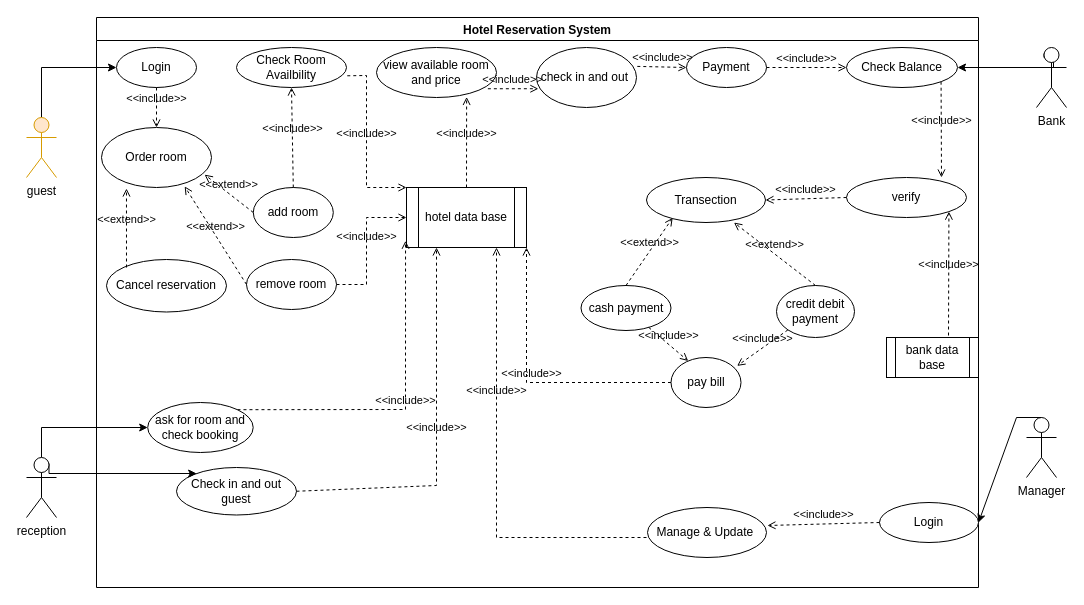
Earlier version of the draw.io diagram use case Vol3.drawio (AhmedTarek-95/System-Desine). Source tidied: cells renumbered, new cells numbered last; positions are measured from the earlier drawing's top-left corner, leaving out a move shared by most shapes. Both pictures are drawn from the tidied source at 100%, with x=0, y=0 at pixel (26, 17).
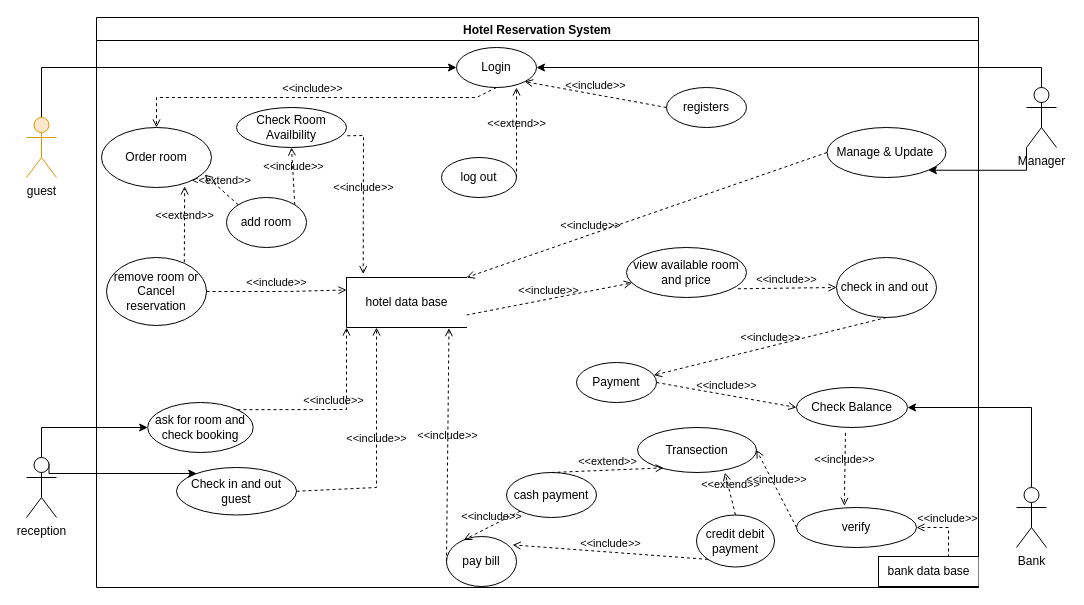
The same diagram, later.

Unchanged cells that the change refers to:
```xml
<mxCell id="4" value="Hotel Reservation System" style="swimlane;" parent="1" vertex="1">
  <mxGeometry x="70" width="882" height="570" as="geometry" />
</mxCell>
<mxCell id="7" value="Order room" style="ellipse;whiteSpace=wrap;html=1;" parent="4" vertex="1">
  <mxGeometry x="5" y="110" width="110" height="60" as="geometry" />
</mxCell>
<mxCell id="12" value="ask for room and check booking" style="ellipse;whiteSpace=wrap;html=1;" parent="4" vertex="1">
  <mxGeometry x="51.2" y="385" width="105.5" height="50" as="geometry" />
</mxCell>
<mxCell id="13" value="Check in and out guest" style="ellipse;whiteSpace=wrap;html=1;" parent="4" vertex="1">
  <mxGeometry x="80" y="450" width="120" height="47.5" as="geometry" />
</mxCell>
```

What changed in the source:
```diff
@@
     <mxCell id="5" value="Login" style="ellipse;whiteSpace=wrap;html=1;" parent="4" vertex="1">
-      <mxGeometry x="20" y="30" width="80" height="40" as="geometry" />
+      <mxGeometry x="360" y="30" width="80" height="40" as="geometry" />
     </mxCell>
     <mxCell id="6" value="Check Room Availbility" style="ellipse;whiteSpace=wrap;html=1;" parent="4" vertex="1">
-      <mxGeometry x="140" y="30" width="110" height="40" as="geometry" />
+      <mxGeometry x="140" y="90" width="110" height="40" as="geometry" />
     </mxCell>
@@
-    <mxCell id="8" value="Cancel reservation" style="ellipse;whiteSpace=wrap;html=1;" parent="4" vertex="1">
-      <mxGeometry x="10" y="242" width="120" height="52.5" as="geometry" />
-    </mxCell>
     <mxCell id="9" value="Payment" style="ellipse;whiteSpace=wrap;html=1;" parent="4" vertex="1">
-      <mxGeometry x="590" y="30" width="80" height="40" as="geometry" />
+      <mxGeometry x="480" y="345" width="80" height="40" as="geometry" />
     </mxCell>
-    <mxCell id="10" value="Login" style="ellipse;whiteSpace=wrap;html=1;" parent="4" vertex="1">
-      <mxGeometry x="783" y="485" width="99" height="40" as="geometry" />
-    </mxCell>
     <mxCell id="11" value="Manage &amp;amp; Update&amp;nbsp;" style="ellipse;whiteSpace=wrap;html=1;" parent="4" vertex="1">
-      <mxGeometry x="551" y="490" width="119" height="50" as="geometry" />
+      <mxGeometry x="730.5" y="110" width="119" height="50" as="geometry" />
     </mxCell>
@@
     <mxCell id="14" value="Check Balance" style="ellipse;whiteSpace=wrap;html=1;" parent="4" vertex="1">
-      <mxGeometry x="750" y="30" width="111" height="40" as="geometry" />
+      <mxGeometry x="700" y="370" width="111" height="40" as="geometry" />
     </mxCell>
     <mxCell id="15" value="Transection" style="ellipse;whiteSpace=wrap;html=1;" parent="4" vertex="1">
-      <mxGeometry x="550" y="160" width="119" height="45" as="geometry" />
+      <mxGeometry x="541" y="410" width="119" height="45" as="geometry" />
     </mxCell>
@@
     <mxCell id="17" value="view available room and price" style="ellipse;whiteSpace=wrap;html=1;" parent="4" vertex="1">
-      <mxGeometry x="280" y="30" width="120" height="50" as="geometry" />
+      <mxGeometry x="530" y="230" width="120" height="50" as="geometry" />
     </mxCell>
-    <mxCell id="18" value="&amp;lt;&amp;lt;extend&amp;gt;&amp;gt;" style="html=1;verticalAlign=bottom;labelBackgroundColor=none;endArrow=open;endFill=0;dashed=1;rounded=0;entryX=0.227;entryY=1.017;entryDx=0;entryDy=0;entryPerimeter=0;" parent="4" edge="1" target="7">
-      <mxGeometry relative="1" as="geometry">
-        <mxPoint x="30" y="250" as="sourcePoint" />
-      </mxGeometry>
-    </mxCell>
     <mxCell id="19" value="cash payment" style="ellipse;whiteSpace=wrap;html=1;" parent="4" vertex="1">
-      <mxGeometry x="484.5" y="268" width="90" height="45" as="geometry" />
+      <mxGeometry x="410" y="455" width="90" height="45" as="geometry" />
     </mxCell>
     <mxCell id="20" value="credit&amp;nbsp;debit payment" style="ellipse;whiteSpace=wrap;html=1;" parent="4" vertex="1">
-      <mxGeometry x="680" y="268" width="78" height="52" as="geometry" />
+      <mxGeometry x="600" y="497.5" width="78" height="52" as="geometry" />
     </mxCell>
-    <mxCell id="21" value="bank data base" style="shape=process;whiteSpace=wrap;html=1;backgroundOutline=1;" parent="4" vertex="1">
-      <mxGeometry x="790" y="320" width="92" height="40" as="geometry" />
-    </mxCell>
-    <mxCell id="22" value="&amp;lt;&amp;lt;include&amp;gt;&amp;gt;" style="html=1;verticalAlign=bottom;labelBackgroundColor=none;endArrow=open;endFill=0;dashed=1;rounded=0;entryX=1;entryY=1;entryDx=0;entryDy=0;exitX=0.674;exitY=-0.05;exitDx=0;exitDy=0;exitPerimeter=0;" parent="4" edge="1" source="21" target="25">
-      <mxGeometry relative="1" as="geometry" />
+    <mxCell id="22" value="&amp;lt;&amp;lt;include&amp;gt;&amp;gt;" style="html=1;verticalAlign=bottom;labelBackgroundColor=none;endArrow=open;endFill=0;dashed=1;rounded=0;entryX=1;entryY=0.5;entryDx=0;entryDy=0;exitX=0.7;exitY=0.033;exitDx=0;exitDy=0;exitPerimeter=0;" parent="4" edge="1" source="21" target="25">
+      <mxGeometry relative="1" as="geometry">
+        <Array as="points">
+          <mxPoint x="852" y="510" />
+        </Array>
+      </mxGeometry>
     </mxCell>
@@
     <mxCell id="25" value="verify" style="ellipse;whiteSpace=wrap;html=1;" parent="4" vertex="1">
-      <mxGeometry x="750" y="160" width="120" height="40" as="geometry" />
+      <mxGeometry x="700" y="490" width="120" height="40" as="geometry" />
     </mxCell>
-    <mxCell id="26" value="&amp;lt;&amp;lt;include&amp;gt;&amp;gt;" style="html=1;verticalAlign=bottom;labelBackgroundColor=none;endArrow=open;endFill=0;dashed=1;rounded=0;exitX=1;exitY=1;exitDx=0;exitDy=0;" parent="4" edge="1" source="14">
-      <mxGeometry relative="1" as="geometry">
-        <mxPoint x="845" y="160" as="targetPoint" />
-      </mxGeometry>
-    </mxCell>
     <mxCell id="27" value="check in and out&amp;nbsp;" style="ellipse;whiteSpace=wrap;html=1;" parent="4" vertex="1">
-      <mxGeometry x="440" y="30" width="100" height="60" as="geometry" />
+      <mxGeometry x="740" y="240" width="100" height="60" as="geometry" />
     </mxCell>
-    <mxCell id="28" value="&amp;lt;&amp;lt;include&amp;gt;&amp;gt;" style="html=1;verticalAlign=bottom;labelBackgroundColor=none;endArrow=open;endFill=0;dashed=1;rounded=0;exitX=0.5;exitY=1;exitDx=0;exitDy=0;entryX=0.5;entryY=0;entryDx=0;entryDy=0;" parent="4" edge="1" source="5" target="7">
-      <mxGeometry relative="1" as="geometry" />
+    <mxCell id="28" value="&amp;lt;&amp;lt;include&amp;gt;&amp;gt;" style="html=1;verticalAlign=bottom;labelBackgroundColor=none;endArrow=open;endFill=0;dashed=1;rounded=0;entryX=0.5;entryY=0;entryDx=0;entryDy=0;endSize=6;jumpSize=6;strokeWidth=1;exitX=0.5;exitY=1;exitDx=0;exitDy=0;" parent="4" edge="1" source="5" target="7">
+      <mxGeometry relative="1" as="geometry">
+        <Array as="points">
+          <mxPoint x="380" y="80" />
+          <mxPoint x="60" y="80" />
+        </Array>
+      </mxGeometry>
     </mxCell>
-    <mxCell id="29" value="&amp;lt;&amp;lt;include&amp;gt;&amp;gt;" style="html=1;verticalAlign=bottom;labelBackgroundColor=none;endArrow=open;endFill=0;dashed=1;rounded=0;exitX=0.928;exitY=0.825;exitDx=0;exitDy=0;entryX=0.019;entryY=0.687;entryDx=0;entryDy=0;exitPerimeter=0;entryPerimeter=0;" parent="4" edge="1" source="17" target="27">
+    <mxCell id="29" value="&amp;lt;&amp;lt;include&amp;gt;&amp;gt;" style="html=1;verticalAlign=bottom;labelBackgroundColor=none;endArrow=open;endFill=0;dashed=1;rounded=0;exitX=0.928;exitY=0.825;exitDx=0;exitDy=0;exitPerimeter=0;entryX=0;entryY=0.5;entryDx=0;entryDy=0;" parent="4" edge="1" source="17" target="27">
       <mxGeometry relative="1" as="geometry" />
     </mxCell>
-    <mxCell id="30" value="hotel data base" style="shape=process;whiteSpace=wrap;html=1;backgroundOutline=1;" parent="4" vertex="1">
-      <mxGeometry x="310" y="170" width="120" height="60" as="geometry" />
-    </mxCell>
-    <mxCell id="31" value="&amp;lt;&amp;lt;include&amp;gt;&amp;gt;" style="html=1;verticalAlign=bottom;labelBackgroundColor=none;endArrow=open;endFill=0;dashed=1;rounded=0;exitX=1.007;exitY=0.707;exitDx=0;exitDy=0;exitPerimeter=0;entryX=0;entryY=0;entryDx=0;entryDy=0;" parent="4" edge="1" source="6" target="30">
+    <mxCell id="31" value="&amp;lt;&amp;lt;include&amp;gt;&amp;gt;" style="html=1;verticalAlign=bottom;labelBackgroundColor=none;endArrow=open;endFill=0;dashed=1;rounded=0;exitX=1.007;exitY=0.707;exitDx=0;exitDy=0;exitPerimeter=0;entryX=0.139;entryY=-0.069;entryDx=0;entryDy=0;entryPerimeter=0;" parent="4" edge="1" source="6" target="30">
       <mxGeometry relative="1" as="geometry">
         <Array as="points">
-          <mxPoint x="270" y="58" />
-          <mxPoint x="270" y="170" />
+          <mxPoint x="267" y="118" />
         </Array>
       </mxGeometry>
     </mxCell>
-    <mxCell id="32" value="&amp;lt;&amp;lt;include&amp;gt;&amp;gt;" style="html=1;verticalAlign=bottom;labelBackgroundColor=none;endArrow=open;endFill=0;dashed=1;rounded=0;entryX=0.751;entryY=0.989;entryDx=0;entryDy=0;entryPerimeter=0;exitX=0.5;exitY=0;exitDx=0;exitDy=0;" parent="4" edge="1" source="30" target="17">
+    <mxCell id="32" value="&amp;lt;&amp;lt;include&amp;gt;&amp;gt;" style="html=1;verticalAlign=bottom;labelBackgroundColor=none;endArrow=open;endFill=0;dashed=1;rounded=0;exitX=1;exitY=0.75;exitDx=0;exitDy=0;" parent="4" edge="1" source="30" target="17">
       <mxGeometry relative="1" as="geometry" />
     </mxCell>
-    <mxCell id="33" value="&amp;lt;&amp;lt;include&amp;gt;&amp;gt;" style="html=1;verticalAlign=bottom;labelBackgroundColor=none;endArrow=open;endFill=0;dashed=1;rounded=0;exitX=1;exitY=0;exitDx=0;exitDy=0;entryX=-0.008;entryY=0.888;entryDx=0;entryDy=0;entryPerimeter=0;" parent="4" edge="1" source="12" target="30">
+    <mxCell id="33" value="&amp;lt;&amp;lt;include&amp;gt;&amp;gt;" style="html=1;verticalAlign=bottom;labelBackgroundColor=none;endArrow=open;endFill=0;dashed=1;rounded=0;exitX=1;exitY=0;exitDx=0;exitDy=0;entryX=0;entryY=1;entryDx=0;entryDy=0;" parent="4" edge="1" source="12" target="30">
       <mxGeometry relative="1" as="geometry">
         <Array as="points">
-          <mxPoint x="309" y="392" />
+          <mxPoint x="250" y="392" />
         </Array>
       </mxGeometry>
     </mxCell>
@@
-    <mxCell id="35" value="&amp;lt;&amp;lt;include&amp;gt;&amp;gt;" style="html=1;verticalAlign=bottom;labelBackgroundColor=none;endArrow=open;endFill=0;dashed=1;rounded=0;exitX=1.008;exitY=0.315;exitDx=0;exitDy=0;entryX=0;entryY=0.5;entryDx=0;entryDy=0;exitPerimeter=0;" parent="4" edge="1" source="27" target="9">
+    <mxCell id="35" value="&amp;lt;&amp;lt;include&amp;gt;&amp;gt;" style="html=1;verticalAlign=bottom;labelBackgroundColor=none;endArrow=open;endFill=0;dashed=1;rounded=0;exitX=0.5;exitY=1;exitDx=0;exitDy=0;entryX=0.965;entryY=0.318;entryDx=0;entryDy=0;entryPerimeter=0;" parent="4" edge="1" source="27" target="9">
       <mxGeometry relative="1" as="geometry" />
     </mxCell>
     <mxCell id="36" value="pay bill" style="ellipse;whiteSpace=wrap;html=1;" parent="4" vertex="1">
-      <mxGeometry x="574.5" y="340" width="70" height="50" as="geometry" />
+      <mxGeometry x="350" y="519" width="70" height="50" as="geometry" />
     </mxCell>
@@
-    <mxCell id="39" value="&amp;lt;&amp;lt;include&amp;gt;&amp;gt;" style="html=1;verticalAlign=bottom;labelBackgroundColor=none;endArrow=open;endFill=0;dashed=1;rounded=0;exitX=0;exitY=0.5;exitDx=0;exitDy=0;entryX=1.008;entryY=0.36;entryDx=0;entryDy=0;entryPerimeter=0;" parent="4" edge="1" source="10" target="11">
-      <mxGeometry relative="1" as="geometry" />
-    </mxCell>
     <mxCell id="40" value="&amp;lt;&amp;lt;include&amp;gt;&amp;gt;" style="html=1;verticalAlign=bottom;labelBackgroundColor=none;endArrow=open;endFill=0;dashed=1;rounded=0;exitX=1;exitY=0.5;exitDx=0;exitDy=0;entryX=0.25;entryY=1;entryDx=0;entryDy=0;" parent="4" edge="1" source="13" target="30">
       <mxGeometry relative="1" as="geometry">
         <Array as="points">
-          <mxPoint x="340" y="468" />
+          <mxPoint x="280" y="470" />
         </Array>
       </mxGeometry>
     </mxCell>
-    <mxCell id="41" value="&amp;lt;&amp;lt;include&amp;gt;&amp;gt;" style="html=1;verticalAlign=bottom;labelBackgroundColor=none;endArrow=open;endFill=0;dashed=1;rounded=0;entryX=0.75;entryY=1;entryDx=0;entryDy=0;" parent="4" edge="1" target="30">
-      <mxGeometry x="0.31" relative="1" as="geometry">
-        <mxPoint x="550" y="520" as="sourcePoint" />
-        <Array as="points">
-          <mxPoint x="400" y="520" />
-        </Array>
-      </mxGeometry>
+    <mxCell id="41" value="&amp;lt;&amp;lt;include&amp;gt;&amp;gt;" style="html=1;verticalAlign=bottom;labelBackgroundColor=none;endArrow=open;endFill=0;dashed=1;rounded=0;entryX=1;entryY=0;entryDx=0;entryDy=0;exitX=0;exitY=0.5;exitDx=0;exitDy=0;" parent="4" edge="1" source="11" target="30">
+      <mxGeometry x="0.31" relative="1" as="geometry" />
     </mxCell>
     <mxCell id="42" value="add room" style="ellipse;whiteSpace=wrap;html=1;" parent="4" vertex="1">
-      <mxGeometry x="156.8" y="170" width="80" height="50" as="geometry" />
+      <mxGeometry x="130" y="180" width="80" height="50" as="geometry" />
     </mxCell>
-    <mxCell id="43" value="remove room" style="ellipse;whiteSpace=wrap;html=1;" parent="4" vertex="1">
-      <mxGeometry x="150" y="242" width="90" height="50" as="geometry" />
+    <mxCell id="43" value="remove room or Cancel reservation" style="ellipse;whiteSpace=wrap;html=1;" parent="4" vertex="1">
+      <mxGeometry x="10" y="240" width="100" height="68" as="geometry" />
     </mxCell>
-    <mxCell id="44" value="&amp;lt;&amp;lt;extend&amp;gt;&amp;gt;" style="html=1;verticalAlign=bottom;labelBackgroundColor=none;endArrow=open;endFill=0;dashed=1;rounded=0;entryX=0.937;entryY=0.785;entryDx=0;entryDy=0;exitX=0;exitY=0.5;exitDx=0;exitDy=0;entryPerimeter=0;" parent="4" edge="1" source="42" target="7">
+    <mxCell id="44" value="&amp;lt;&amp;lt;extend&amp;gt;&amp;gt;" style="html=1;verticalAlign=bottom;labelBackgroundColor=none;endArrow=open;endFill=0;dashed=1;rounded=0;entryX=0.937;entryY=0.785;entryDx=0;entryDy=0;exitX=0;exitY=0;exitDx=0;exitDy=0;entryPerimeter=0;" parent="4" edge="1" source="42" target="7">
       <mxGeometry relative="1" as="geometry" />
     </mxCell>
-    <mxCell id="45" value="&amp;lt;&amp;lt;extend&amp;gt;&amp;gt;" style="html=1;verticalAlign=bottom;labelBackgroundColor=none;endArrow=open;endFill=0;dashed=1;rounded=0;entryX=0.756;entryY=0.981;entryDx=0;entryDy=0;exitX=0;exitY=0.5;exitDx=0;exitDy=0;entryPerimeter=0;" parent="4" edge="1" source="43" target="7">
+    <mxCell id="45" value="&amp;lt;&amp;lt;extend&amp;gt;&amp;gt;" style="html=1;verticalAlign=bottom;labelBackgroundColor=none;endArrow=open;endFill=0;dashed=1;rounded=0;entryX=0.756;entryY=0.981;entryDx=0;entryDy=0;exitX=0.778;exitY=0.07;exitDx=0;exitDy=0;entryPerimeter=0;exitPerimeter=0;" parent="4" edge="1" source="43" target="7">
       <mxGeometry relative="1" as="geometry" />
     </mxCell>
-    <mxCell id="46" value="&amp;lt;&amp;lt;include&amp;gt;&amp;gt;" style="html=1;verticalAlign=bottom;labelBackgroundColor=none;endArrow=open;endFill=0;dashed=1;rounded=0;exitX=1;exitY=0.5;exitDx=0;exitDy=0;entryX=0;entryY=0.5;entryDx=0;entryDy=0;" parent="4" edge="1" source="43" target="30">
+    <mxCell id="46" value="&amp;lt;&amp;lt;include&amp;gt;&amp;gt;" style="html=1;verticalAlign=bottom;labelBackgroundColor=none;endArrow=open;endFill=0;dashed=1;rounded=0;exitX=1;exitY=0.5;exitDx=0;exitDy=0;entryX=0;entryY=0.25;entryDx=0;entryDy=0;" parent="4" edge="1" source="43" target="30">
       <mxGeometry relative="1" as="geometry">
         <Array as="points">
-          <mxPoint x="270" y="267" />
-          <mxPoint x="270" y="200" />
+          <mxPoint x="190" y="274" />
         </Array>
       </mxGeometry>
     </mxCell>
-    <mxCell id="47" value="&amp;lt;&amp;lt;include&amp;gt;&amp;gt;" style="html=1;verticalAlign=bottom;labelBackgroundColor=none;endArrow=open;endFill=0;dashed=1;rounded=0;entryX=0.5;entryY=1;entryDx=0;entryDy=0;exitX=0.5;exitY=0;exitDx=0;exitDy=0;" parent="4" edge="1" source="42" target="6">
+    <mxCell id="47" value="&amp;lt;&amp;lt;include&amp;gt;&amp;gt;" style="html=1;verticalAlign=bottom;labelBackgroundColor=none;endArrow=open;endFill=0;dashed=1;rounded=0;entryX=0.5;entryY=1;entryDx=0;entryDy=0;exitX=1;exitY=0;exitDx=0;exitDy=0;" parent="4" edge="1" source="42" target="6">
       <mxGeometry relative="1" as="geometry" />
     </mxCell>
-    <mxCell id="48" value="&amp;lt;&amp;lt;include&amp;gt;&amp;gt;" style="html=1;verticalAlign=bottom;labelBackgroundColor=none;endArrow=open;endFill=0;dashed=1;rounded=0;exitX=0;exitY=0.5;exitDx=0;exitDy=0;" parent="4" edge="1" source="36">
-      <mxGeometry relative="1" as="geometry">
-        <mxPoint x="430" y="230" as="targetPoint" />
-        <Array as="points">
-          <mxPoint x="430" y="365" />
-        </Array>
-      </mxGeometry>
+    <mxCell id="48" value="&amp;lt;&amp;lt;include&amp;gt;&amp;gt;" style="html=1;verticalAlign=bottom;labelBackgroundColor=none;endArrow=open;endFill=0;dashed=1;rounded=0;exitX=0;exitY=0.5;exitDx=0;exitDy=0;entryX=0.854;entryY=1.013;entryDx=0;entryDy=0;entryPerimeter=0;" parent="4" edge="1" source="36" target="30">
+      <mxGeometry relative="1" as="geometry" />
     </mxCell>
+    <mxCell id="56" value="&amp;lt;&amp;lt;include&amp;gt;&amp;gt;" style="html=1;verticalAlign=bottom;labelBackgroundColor=none;endArrow=open;endFill=0;dashed=1;rounded=0;entryX=0.399;entryY=-0.043;entryDx=0;entryDy=0;exitX=0.441;exitY=1.134;exitDx=0;exitDy=0;entryPerimeter=0;exitPerimeter=0;" parent="4" edge="1" source="14" target="25">
+      <mxGeometry relative="1" as="geometry" />
+    </mxCell>
+    <mxCell id="30" value="hotel data base" style="html=1;dashed=0;whitespace=wrap;shape=partialRectangle;right=0;" parent="4" vertex="1">
+      <mxGeometry x="250" y="260" width="120" height="50" as="geometry" />
+    </mxCell>
+    <mxCell id="21" value="bank data base" style="html=1;dashed=0;whitespace=wrap;shape=partialRectangle;right=0;" parent="4" vertex="1">
+      <mxGeometry x="782" y="539" width="100" height="30" as="geometry" />
+    </mxCell>
+    <mxCell id="57" value="log out" style="ellipse;whiteSpace=wrap;html=1;" parent="4" vertex="1">
+      <mxGeometry x="345" y="140" width="75" height="40" as="geometry" />
+    </mxCell>
+    <mxCell id="18" value="&amp;lt;&amp;lt;extend&amp;gt;&amp;gt;" style="html=1;verticalAlign=bottom;labelBackgroundColor=none;endArrow=open;endFill=0;dashed=1;rounded=0;exitX=1;exitY=0.5;exitDx=0;exitDy=0;" parent="4" edge="1" source="57">
+      <mxGeometry relative="1" as="geometry">
+        <mxPoint x="420" y="70" as="targetPoint" />
+      </mxGeometry>
+    </mxCell>
+    <mxCell id="58" value="registers" style="ellipse;whiteSpace=wrap;html=1;" parent="4" vertex="1">
+      <mxGeometry x="570" y="70" width="80" height="40" as="geometry" />
+    </mxCell>
+    <mxCell id="59" value="&amp;lt;&amp;lt;include&amp;gt;&amp;gt;" style="html=1;verticalAlign=bottom;labelBackgroundColor=none;endArrow=open;endFill=0;dashed=1;rounded=0;entryX=1;entryY=1;entryDx=0;entryDy=0;exitX=0;exitY=0.5;exitDx=0;exitDy=0;" parent="4" edge="1" source="58" target="5">
+      <mxGeometry relative="1" as="geometry" />
+    </mxCell>
@@
-    <mxCell id="52" style="edgeStyle=orthogonalEdgeStyle;rounded=0;jettySize=auto;html=1;exitX=0.25;exitY=0.1;exitDx=0;exitDy=0;exitPerimeter=0;entryX=1;entryY=0.5;entryDx=0;entryDy=0;" parent="1" edge="1" source="53" target="14">
-      <mxGeometry relative="1" as="geometry">
-        <Array as="points">
-          <mxPoint x="1027" y="40" />
-        </Array>
-      </mxGeometry>
+    <mxCell id="52" style="edgeStyle=orthogonalEdgeStyle;rounded=0;jettySize=auto;html=1;exitX=0.5;exitY=0;exitDx=0;exitDy=0;exitPerimeter=0;entryX=1;entryY=0.5;entryDx=0;entryDy=0;" parent="1" edge="1" source="53" target="14">
+      <mxGeometry relative="1" as="geometry" />
     </mxCell>
     <mxCell id="53" value="Bank" style="shape=umlActor;verticalLabelPosition=bottom;verticalAlign=top;html=1;outlineConnect=0;" parent="1" vertex="1">
-      <mxGeometry x="1010" y="30" width="30" height="60" as="geometry" />
+      <mxGeometry x="990" y="470" width="30" height="60" as="geometry" />
     </mxCell>
+    <mxCell id="60" style="edgeStyle=orthogonalEdgeStyle;rounded=0;jettySize=auto;html=1;exitX=0;exitY=1;exitDx=0;exitDy=0;exitPerimeter=0;entryX=1;entryY=1;entryDx=0;entryDy=0;" parent="1" edge="1" source="54" target="11">
+      <mxGeometry relative="1" as="geometry" />
+    </mxCell>
     <mxCell id="54" value="Manager" style="shape=umlActor;verticalLabelPosition=bottom;verticalAlign=top;html=1;outlineConnect=0;" parent="1" vertex="1">
-      <mxGeometry x="1000" y="400" width="30" height="60" as="geometry" />
+      <mxGeometry x="1000" y="70" width="30" height="60" as="geometry" />
     </mxCell>
-    <mxCell id="55" style="endArrow=classic;html=1;rounded=0;entryX=1;entryY=0.5;entryDx=0;entryDy=0;exitX=0.5;exitY=0;exitDx=0;exitDy=0;exitPerimeter=0;" parent="1" edge="1" source="54" target="10">
+    <mxCell id="55" style="endArrow=classic;html=1;rounded=0;entryX=1;entryY=0.5;entryDx=0;entryDy=0;exitX=0.5;exitY=0;exitDx=0;exitDy=0;exitPerimeter=0;" parent="1" edge="1" source="54" target="5">
       <mxGeometry relative="1" as="geometry">
         <Array as="points">
-          <mxPoint x="990" y="400" />
+          <mxPoint x="1015" y="50" />
         </Array>
       </mxGeometry>
     </mxCell>
```
